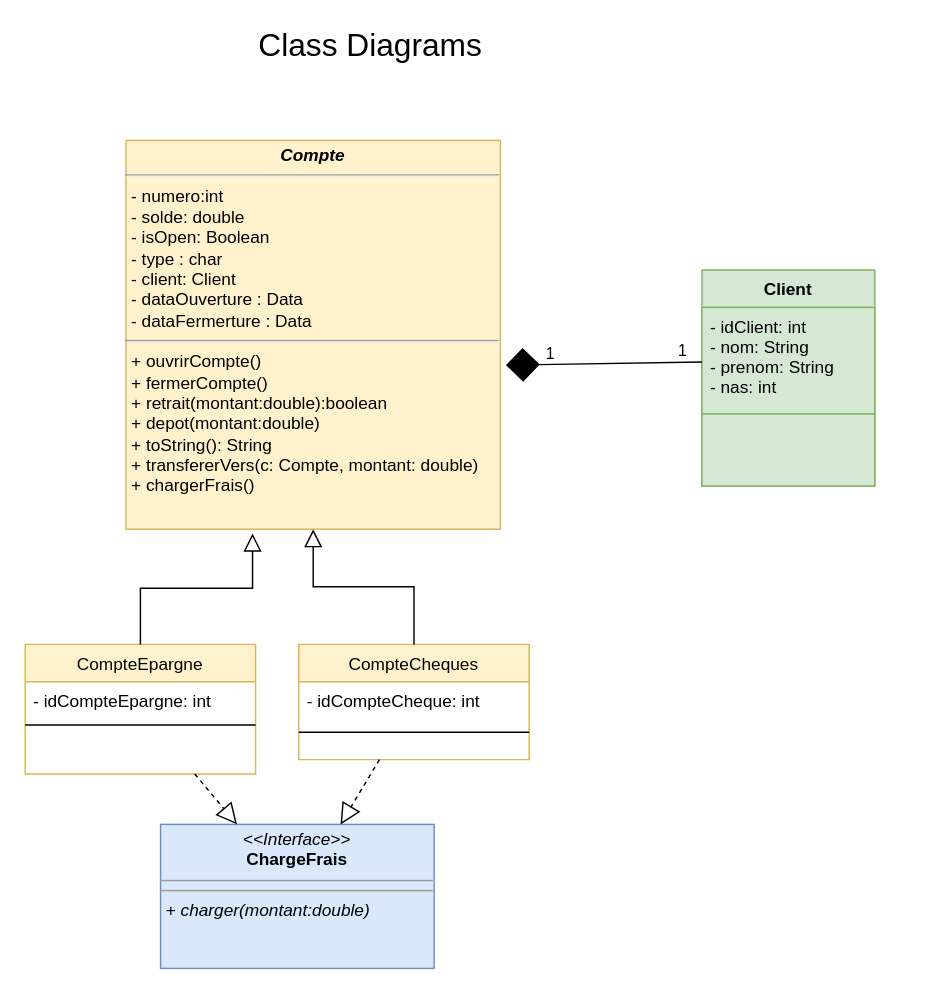
Earlier version of the draw.io diagram DEPOT/UML_Banque_Java.drawio (LuisCODS/Banque_Java). Source tidied: cells renumbered, new cells numbered last; positions are measured from the earlier drawing's top-left corner, leaving out a move shared by most shapes. Both pictures are drawn from the tidied source at 144%, with x=0, y=0 at pixel (24, 24).
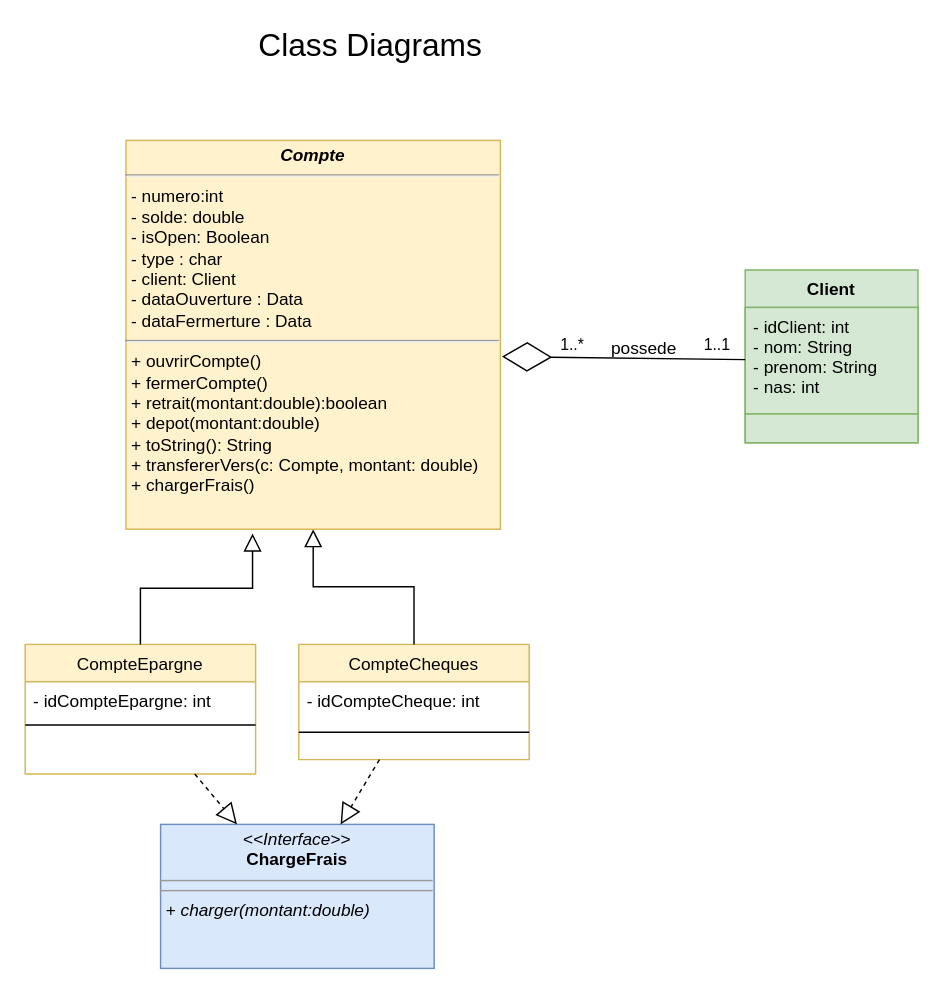
Above is the later version.

Unchanged cells that the change refers to:
```xml
<mxCell id="10" value="&lt;p style=&quot;margin: 4px 0px 0px; text-align: center; font-size: 12px;&quot;&gt;&lt;i style=&quot;font-size: 12px;&quot;&gt;&lt;b style=&quot;font-size: 12px;&quot;&gt;Compte&lt;/b&gt;&lt;/i&gt;&lt;/p&gt;&lt;hr style=&quot;font-size: 12px;&quot;&gt;&lt;p style=&quot;margin: 0px 0px 0px 4px; font-size: 12px;&quot;&gt;&lt;span style=&quot;font-size: 12px;&quot;&gt;&lt;span style=&quot;font-size: 12px;&quot;&gt;- numero:int&lt;/span&gt;&lt;/span&gt;&lt;/p&gt;&lt;p style=&quot;margin: 0px 0px 0px 4px; font-size: 12px;&quot;&gt;&lt;span style=&quot;font-size: 12px;&quot;&gt;&lt;span style=&quot;font-size: 12px;&quot;&gt;- solde: double&lt;/span&gt;&lt;/span&gt;&lt;/p&gt;&lt;p style=&quot;margin: 0px 0px 0px 4px; font-size: 12px;&quot;&gt;&lt;span style=&quot;font-size: 12px;&quot;&gt;&lt;span style=&quot;font-size: 12px;&quot;&gt;- isOpen: Boolean&lt;/span&gt;&lt;/span&gt;&lt;/p&gt;&lt;p style=&quot;margin: 0px 0px 0px 4px; font-size: 12px;&quot;&gt;&lt;span style=&quot;font-size: 12px;&quot;&gt;&lt;span style=&quot;font-size: 12px;&quot;&gt;- type : char&lt;/span&gt;&lt;/span&gt;&lt;/p&gt;&lt;p style=&quot;margin: 0px 0px 0px 4px; font-size: 12px;&quot;&gt;- client: Client&lt;/p&gt;&lt;p style=&quot;margin: 0px 0px 0px 4px; font-size: 12px;&quot;&gt;- dataOuverture : Data&lt;/p&gt;&lt;p style=&quot;margin: 0px 0px 0px 4px; font-size: 12px;&quot;&gt;- dataFermerture : Data&lt;span style=&quot;font-size: 12px;&quot;&gt;&lt;span style=&quot;font-size: 12px;&quot;&gt;&lt;/span&gt;&lt;/span&gt;&lt;span style=&quot;font-size: 12px;&quot;&gt;&lt;span style=&quot;font-size: 12px;&quot;&gt;&lt;/span&gt;&lt;/span&gt;&lt;/p&gt;&lt;p style=&quot;margin: 0px 0px 0px 4px; font-size: 12px;&quot;&gt;&lt;/p&gt;&lt;hr style=&quot;font-size: 12px;&quot;&gt;&lt;p style=&quot;margin: 0px 0px 0px 4px; font-size: 12px;&quot;&gt;+ ouvrirCompte()&lt;br style=&quot;font-size: 12px;&quot;&gt;&lt;/p&gt;&lt;p style=&quot;margin: 0px 0px 0px 4px; font-size: 12px;&quot;&gt;+ fermerCompte()&lt;br style=&quot;font-size: 12px;&quot;&gt;&lt;/p&gt;&lt;p style=&quot;margin: 0px 0px 0px 4px; font-size: 12px;&quot;&gt;+ retrait(montant:double):boolean&lt;/p&gt;&lt;p style=&quot;margin: 0px 0px 0px 4px; font-size: 12px;&quot;&gt;+ depot(montant:double)&lt;br style=&quot;font-size: 12px;&quot;&gt;&lt;/p&gt;&lt;p style=&quot;margin: 0px 0px 0px 4px; font-size: 12px;&quot;&gt;+ toString(): String&lt;/p&gt;&lt;p style=&quot;margin: 0px 0px 0px 4px; font-size: 12px;&quot;&gt;&lt;/p&gt;&lt;p style=&quot;margin: 0px 0px 0px 4px; font-size: 12px;&quot;&gt;+ transfererVers(c: Compte, montant: double)&lt;br style=&quot;font-size: 12px;&quot;&gt;&lt;/p&gt;&lt;p style=&quot;margin: 0px 0px 0px 4px; font-size: 12px;&quot; align=&quot;left&quot;&gt;+ chargerFrais()&lt;br style=&quot;font-size: 12px;&quot;&gt;&lt;/p&gt;&lt;p style=&quot;margin: 0px 0px 0px 4px; font-size: 12px;&quot;&gt;&lt;/p&gt;&lt;p style=&quot;margin: 0px 0px 0px 4px; font-size: 12px;&quot;&gt;&lt;/p&gt;&lt;p style=&quot;margin: 0px 0px 0px 4px; font-size: 12px;&quot;&gt;&lt;/p&gt;&lt;p style=&quot;margin: 0px 0px 0px 4px; font-size: 12px;&quot;&gt;&lt;/p&gt;&lt;p style=&quot;margin: 0px 0px 0px 4px; font-size: 12px;&quot;&gt;&lt;/p&gt;" style="verticalAlign=top;align=left;overflow=fill;fontSize=12;fontFamily=Helvetica;html=1;fillColor=#fff2cc;strokeColor=#d6b656;" parent="1" vertex="1">
  <mxGeometry x="70" y="80" width="260" height="270" as="geometry" />
</mxCell>
<mxCell id="12" value="- idClient: int&#10;- nom: String&#10;- prenom: String&#10;- nas: int" style="text;strokeColor=#82b366;fillColor=#d5e8d4;align=left;verticalAlign=top;spacingLeft=4;spacingRight=4;overflow=hidden;points=[[0,0.5],[1,0.5]];portConstraint=eastwest;" parent="11" vertex="1">
  <mxGeometry y="26" width="120" height="74" as="geometry" />
</mxCell>
```

The edit, as a diff of the source:
```diff
@@
     <mxCell id="11" value="Client" style="swimlane;fontStyle=1;align=center;verticalAlign=top;horizontal=1;startSize=26;fillColor=#d5e8d4;strokeColor=#82b366;" parent="1" vertex="1">
-      <mxGeometry x="470" y="170" width="120" height="150" as="geometry" />
+      <mxGeometry x="500" y="170" width="120" height="120" as="geometry" />
     </mxCell>
@@
     <mxCell id="14" style="text;strokeColor=#82b366;fillColor=#d5e8d4;align=left;verticalAlign=top;spacingLeft=4;spacingRight=4;overflow=hidden;" parent="11" vertex="1">
-      <mxGeometry y="100" width="120" height="50" as="geometry" />
+      <mxGeometry y="100" width="120" height="20" as="geometry" />
     </mxCell>
-    <mxCell id="15" style="endArrow=none;html=1;rounded=0;strokeColor=default;targetPerimeterSpacing=0;startArrow=diamond;startFill=1;exitX=1.015;exitY=0.578;exitDx=0;exitDy=0;exitPerimeter=0;strokeWidth=1;sourcePerimeterSpacing=0;endSize=0;startSize=21;jumpSize=12;" parent="1" edge="1" source="10" target="12">
+    <mxCell id="15" style="endArrow=none;html=1;rounded=0;strokeColor=default;targetPerimeterSpacing=0;startArrow=diamondThin;startFill=0;exitX=1.004;exitY=0.556;exitDx=0;exitDy=0;exitPerimeter=0;strokeWidth=1;sourcePerimeterSpacing=0;endSize=0;startSize=32;jumpSize=12;" parent="1" edge="1" source="10" target="12">
       <mxGeometry relative="1" as="geometry" />
     </mxCell>
-    <mxCell id="16" value="1" style="edgeLabel;html=1;align=left;verticalAlign=bottom;" parent="15" vertex="1">
+    <mxCell id="16" value="1..*" style="edgeLabel;html=1;align=left;verticalAlign=bottom;" parent="15" vertex="1">
       <mxGeometry x="-1" relative="1" as="geometry">
-        <mxPoint x="26" as="offset" />
+        <mxPoint x="39" as="offset" />
       </mxGeometry>
     </mxCell>
-    <mxCell id="17" value="1" style="edgeLabel;html=1;align=right;verticalAlign=bottom;" parent="15" vertex="1">
+    <mxCell id="17" value="1..1" style="edgeLabel;html=1;align=right;verticalAlign=bottom;" parent="15" vertex="1">
       <mxGeometry x="1" relative="1" as="geometry">
-        <mxPoint x="-10" as="offset" />
+        <mxPoint x="-10" y="-2" as="offset" />
       </mxGeometry>
     </mxCell>
@@
+    <mxCell id="22" value="possede" style="text;html=1;strokeColor=none;fillColor=none;align=center;verticalAlign=middle;whiteSpace=wrap;rounded=0;" parent="1" vertex="1">
+      <mxGeometry x="400" y="210" width="60" height="30" as="geometry" />
+    </mxCell>
```
